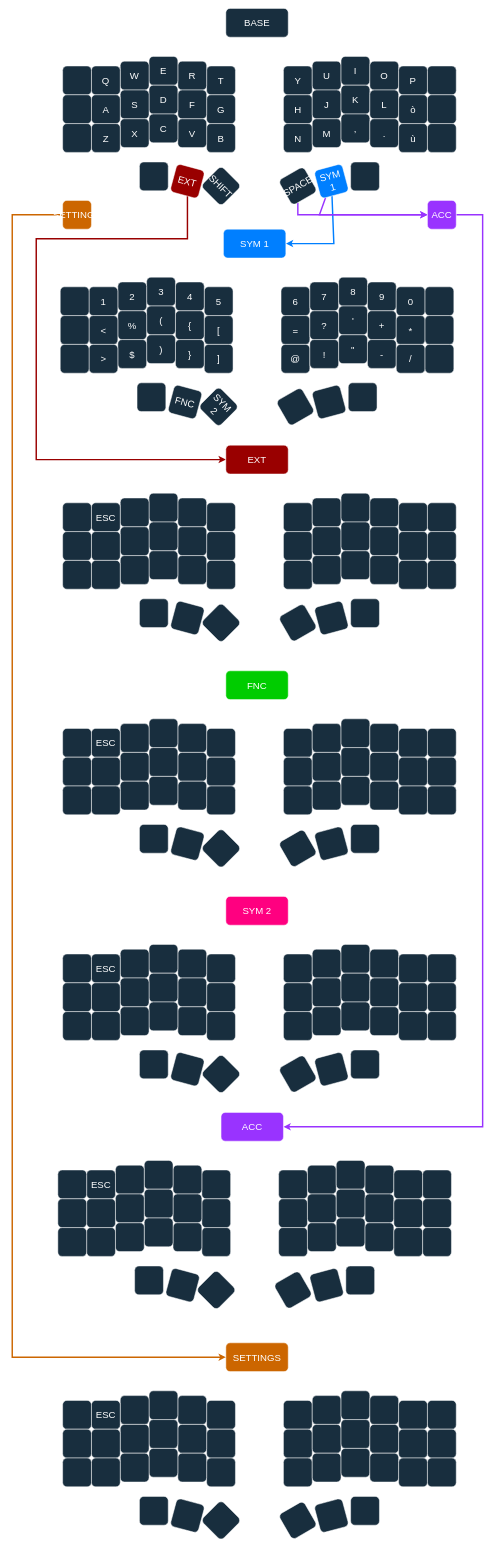
The draw.io diagram Untitled Diagram.drawio in Ajibeckam/zmkcorne, before the edit. Source tidied: cells renumbered, new cells numbered last; positions are measured from the earlier drawing's top-left corner, leaving out a move shared by most shapes. Both pictures are drawn from the tidied source at 48%, with x=0, y=0 at pixel (12, 8).
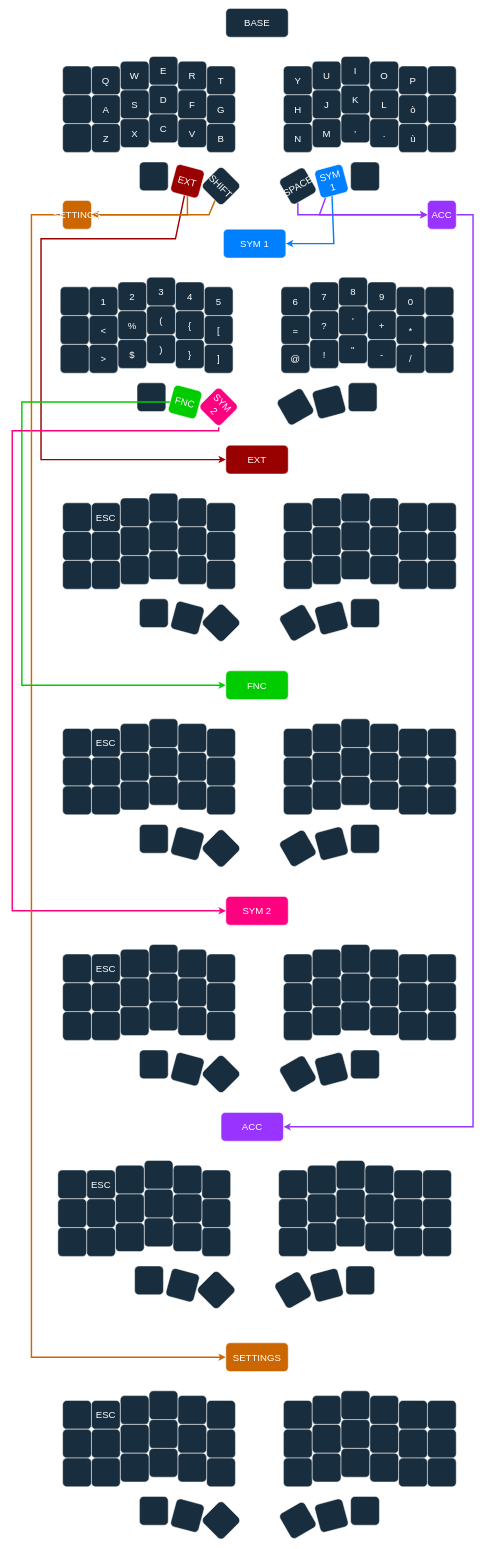
Above is the later version.

The change refers to these unchanged cells:
```xml
<mxCell id="41" value="EXT" style="rounded=1;whiteSpace=wrap;html=1;strokeColor=#FFFFFF;fontColor=#FFFFFF;fillColor=#990000;rotation=15;fontSize=20;" parent="1" vertex="1">
  <mxGeometry x="335" y="330" width="60" height="60" as="geometry" />
</mxCell>
<mxCell id="42" value="SHIFT" style="rounded=1;whiteSpace=wrap;html=1;strokeColor=#FFFFFF;fontColor=#FFFFFF;fillColor=#182E3E;rotation=45;fontSize=20;" parent="1" vertex="1">
  <mxGeometry x="405" y="340" width="60" height="60" as="geometry" />
</mxCell>
<mxCell id="134" value="EXT" style="rounded=1;whiteSpace=wrap;html=1;strokeColor=#FFFFFF;fontColor=#FFFFFF;fillColor=#990000;fontSize=20;" parent="1" vertex="1">
  <mxGeometry x="445" y="910" width="130" height="60" as="geometry" />
</mxCell>
<mxCell id="136" value="ACC" style="rounded=1;whiteSpace=wrap;html=1;strokeColor=#FFFFFF;fontColor=#FFFFFF;fillColor=#9933FF;fontSize=20;" parent="1" vertex="1">
  <mxGeometry x="865" y="400" width="60" height="60" as="geometry" />
</mxCell>
<mxCell id="179" value="FNC" style="rounded=1;whiteSpace=wrap;html=1;strokeColor=#FFFFFF;fontColor=#FFFFFF;fillColor=#00CC00;fontSize=20;" parent="1" vertex="1">
  <mxGeometry x="445" y="1380" width="130" height="60" as="geometry" />
</mxCell>
<mxCell id="222" value="SYM 2" style="rounded=1;whiteSpace=wrap;html=1;strokeColor=#FFFFFF;fontColor=#FFFFFF;fillColor=#FF0080;fontSize=20;" parent="1" vertex="1">
  <mxGeometry x="445" y="1850" width="130" height="60" as="geometry" />
</mxCell>
<mxCell id="265" value="ACC" style="rounded=1;whiteSpace=wrap;html=1;strokeColor=#FFFFFF;fontColor=#FFFFFF;fillColor=#9933FF;fontSize=20;" parent="1" vertex="1">
  <mxGeometry x="435" y="2300" width="130" height="60" as="geometry" />
</mxCell>
<mxCell id="308" value="SETTINGS" style="rounded=1;whiteSpace=wrap;html=1;strokeColor=#FFFFFF;fontColor=#FFFFFF;fillColor=#CC6600;fontSize=20;" parent="1" vertex="1">
  <mxGeometry x="445" y="2780" width="130" height="60" as="geometry" />
</mxCell>
<mxCell id="310" value="&lt;p style=&quot;line-height: 10%;&quot;&gt;&lt;font style=&quot;font-size: 19px;&quot;&gt;&lt;font style=&quot;font-size: 18px;&quot;&gt;&lt;font style=&quot;font-size: 17px;&quot;&gt;&lt;font style=&quot;font-size: 16px;&quot;&gt;&lt;font style=&quot;font-size: 15px;&quot;&gt;&lt;font style=&quot;font-size: 16px;&quot;&gt;&lt;font style=&quot;font-size: 17px;&quot;&gt;&lt;font style=&quot;font-size: 18px;&quot;&gt;&lt;font style=&quot;font-size: 19px;&quot;&gt;&lt;font style=&quot;font-size: 20px;&quot;&gt;SETTINGS&lt;/font&gt;&lt;/font&gt;&lt;/font&gt;&lt;/font&gt;&lt;/font&gt;&lt;/font&gt;&lt;/font&gt;&lt;/font&gt;&lt;/font&gt;&lt;/font&gt;&lt;/p&gt;" style="rounded=1;whiteSpace=wrap;html=1;strokeColor=#FFFFFF;fontColor=#FFFFFF;fillColor=#CC6600;fontSize=20;" parent="1" vertex="1">
  <mxGeometry x="105" y="400" width="60" height="60" as="geometry" />
</mxCell>
```

The edit, as a diff of the source:
```diff
@@
     <mxCell id="40" style="edgeStyle=orthogonalEdgeStyle;rounded=0;jettySize=auto;html=1;entryX=0;entryY=0.5;entryDx=0;entryDy=0;strokeColor=#990000;fontSize=20;strokeWidth=3;" parent="1" edge="1" source="41" target="134">
       <mxGeometry relative="1" as="geometry">
         <Array as="points">
-          <mxPoint x="365" y="480" />
-          <mxPoint x="50" y="480" />
-          <mxPoint x="50" y="940" />
+          <mxPoint x="340" y="480" />
+          <mxPoint x="60" y="480" />
+          <mxPoint x="60" y="940" />
         </Array>
       </mxGeometry>
     </mxCell>
+    <mxCell id="311" style="edgeStyle=orthogonalEdgeStyle;rounded=0;jettySize=auto;html=1;entryX=1;entryY=0.5;entryDx=0;entryDy=0;strokeColor=#CC6600;strokeWidth=3;fontSize=20;" parent="1" edge="1" source="41" target="310">
+      <mxGeometry relative="1" as="geometry">
+        <Array as="points">
+          <mxPoint x="365" y="430" />
+        </Array>
+      </mxGeometry>
+    </mxCell>
@@
+    <mxCell id="312" style="edgeStyle=orthogonalEdgeStyle;rounded=0;jettySize=auto;html=1;entryX=1;entryY=0.5;entryDx=0;entryDy=0;strokeColor=#CC6600;strokeWidth=3;fontSize=20;" parent="1" edge="1" source="42" target="310">
+      <mxGeometry relative="1" as="geometry">
+        <Array as="points">
+          <mxPoint x="410" y="430" />
+        </Array>
+      </mxGeometry>
+    </mxCell>
@@
+    <mxCell id="313" style="edgeStyle=orthogonalEdgeStyle;rounded=0;jettySize=auto;html=1;entryX=0;entryY=0.5;entryDx=0;entryDy=0;strokeColor=#00CC00;strokeWidth=3;fontSize=20;" parent="1" edge="1" source="87" target="179">
+      <mxGeometry relative="1" as="geometry">
+        <Array as="points">
+          <mxPoint x="20" y="820" />
+          <mxPoint x="20" y="1410" />
+        </Array>
+      </mxGeometry>
+    </mxCell>
-    <mxCell id="87" value="FNC" style="rounded=1;whiteSpace=wrap;html=1;strokeColor=#FFFFFF;fontColor=#FFFFFF;fillColor=#182E3E;rotation=15;fontSize=20;" parent="1" vertex="1">
+    <mxCell id="87" value="FNC" style="rounded=1;whiteSpace=wrap;html=1;strokeColor=#FFFFFF;fontColor=#FFFFFF;fillColor=#00CC00;rotation=15;fontSize=20;" parent="1" vertex="1">
       <mxGeometry x="330" y="790" width="60" height="60" as="geometry" />
     </mxCell>
+    <mxCell id="314" style="edgeStyle=orthogonalEdgeStyle;rounded=0;jettySize=auto;html=1;entryX=0;entryY=0.5;entryDx=0;entryDy=0;strokeColor=#FF0080;strokeWidth=3;fontSize=20;" parent="1" edge="1" source="88" target="222">
+      <mxGeometry relative="1" as="geometry">
+        <Array as="points">
+          <mxPoint x="430" y="880" />
+          <mxPoint y="880" />
+          <mxPoint y="1880" />
+        </Array>
+      </mxGeometry>
+    </mxCell>
-    <mxCell id="88" value="SYM 2" style="rounded=1;whiteSpace=wrap;html=1;strokeColor=#FFFFFF;fontColor=#FFFFFF;fillColor=#182E3E;rotation=45;fontSize=20;" parent="1" vertex="1">
+    <mxCell id="88" value="SYM 2" style="rounded=1;whiteSpace=wrap;html=1;strokeColor=#FFFFFF;fontColor=#FFFFFF;fillColor=#FF0080;rotation=45;fontSize=20;" parent="1" vertex="1">
       <mxGeometry x="400" y="800" width="60" height="60" as="geometry" />
     </mxCell>
@@
     <mxCell id="135" style="edgeStyle=orthogonalEdgeStyle;rounded=0;jettySize=auto;html=1;entryX=1;entryY=0.5;entryDx=0;entryDy=0;strokeColor=#9933FF;strokeWidth=3;fontSize=20;" parent="1" edge="1" source="136" target="265">
       <mxGeometry relative="1" as="geometry">
         <Array as="points">
-          <mxPoint x="980" y="430" />
-          <mxPoint x="980" y="2330" />
+          <mxPoint x="960" y="430" />
+          <mxPoint x="960" y="2330" />
         </Array>
       </mxGeometry>
     </mxCell>
@@
     <mxCell id="309" style="edgeStyle=orthogonalEdgeStyle;rounded=0;jettySize=auto;html=1;entryX=0;entryY=0.5;entryDx=0;entryDy=0;strokeColor=#CC6600;strokeWidth=3;fontSize=20;" parent="1" edge="1" source="310" target="308">
       <mxGeometry relative="1" as="geometry">
         <Array as="points">
-          <mxPoint y="430" />
-          <mxPoint y="2810" />
+          <mxPoint x="40" y="430" />
+          <mxPoint x="40" y="2810" />
         </Array>
       </mxGeometry>
     </mxCell>
```
